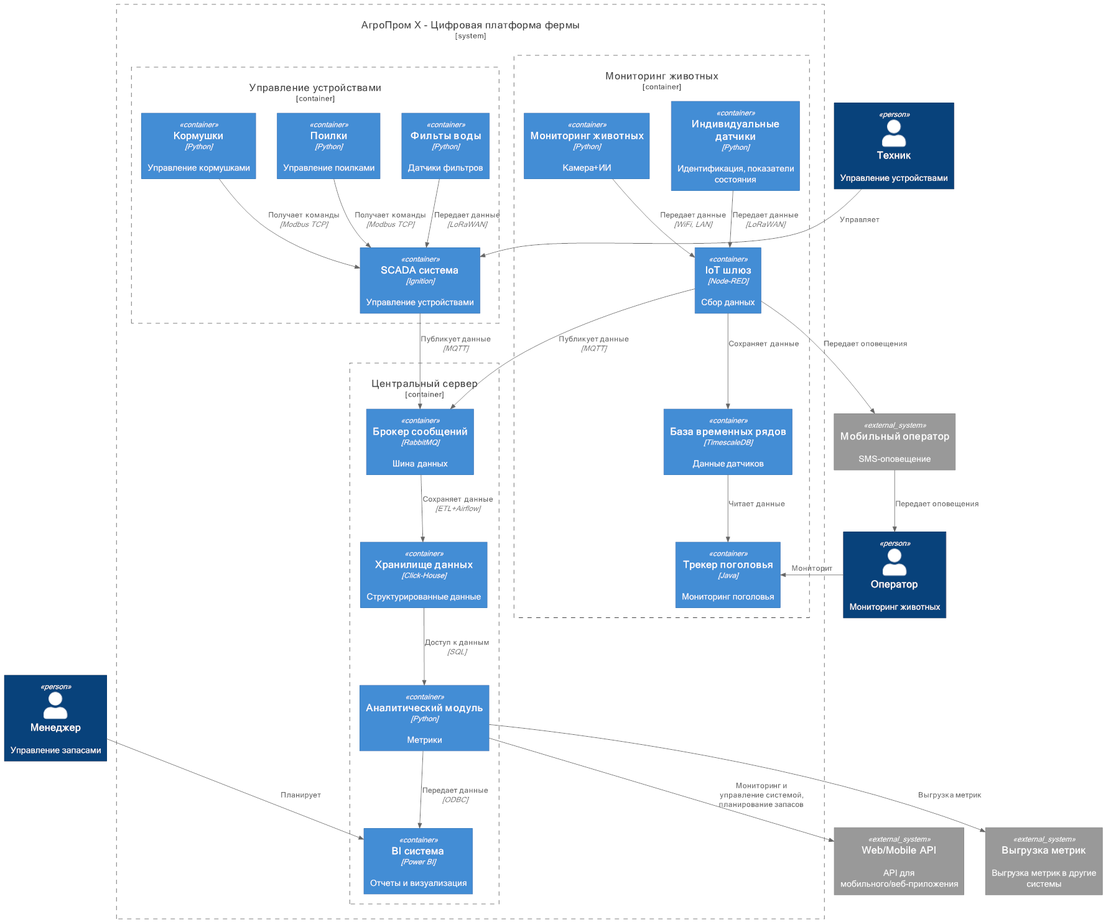
The PlantUML diagram Task2/С2_Диаграмма_контейнеров_v1.png in sgbhub/MSA-AgroTech, before a commit. Its source is kept beside it as Task2/С2_Диаграмма_контейнеров_v1.puml.
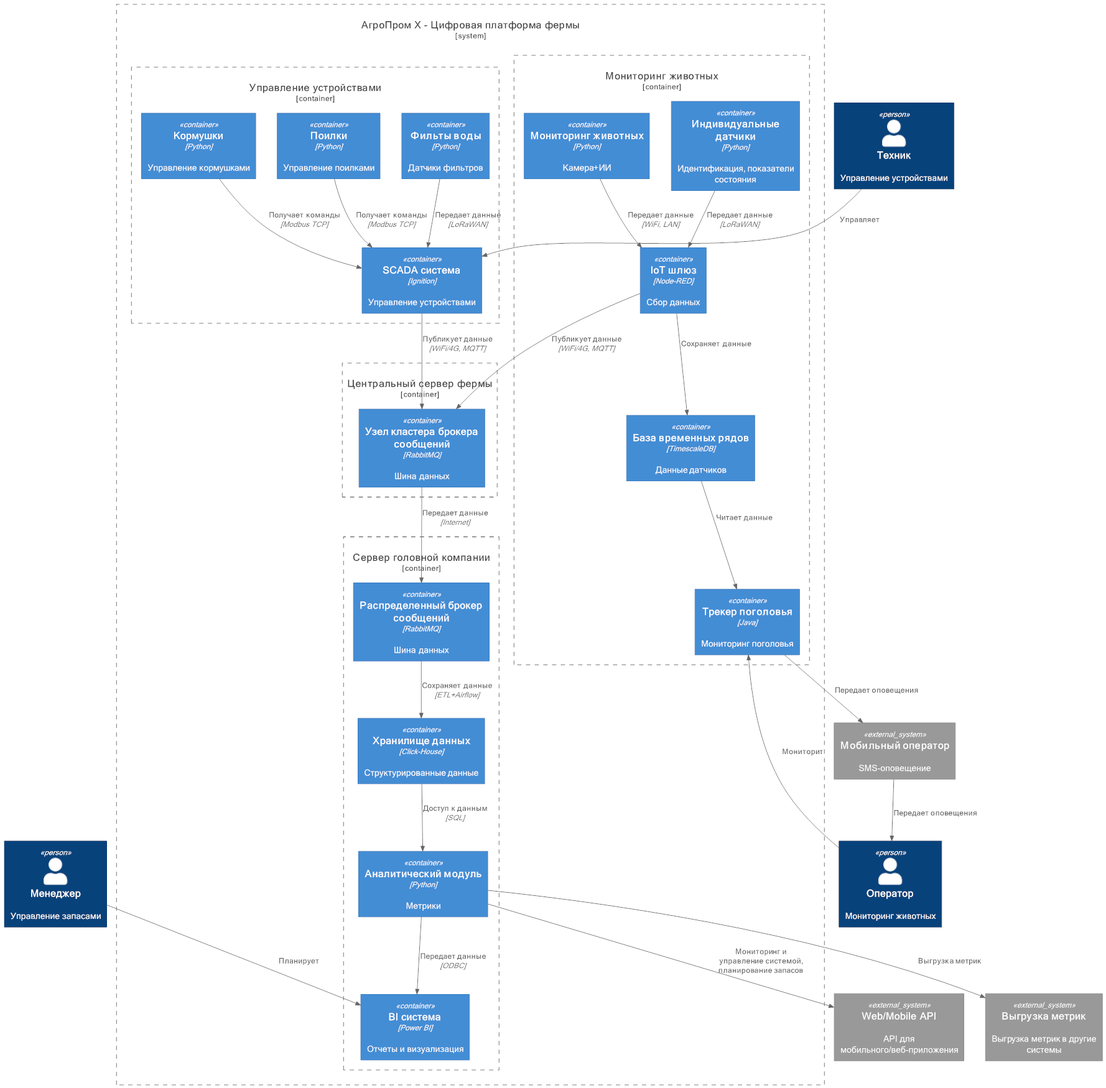
After the change.

Diff of the diagram source:
```diff
@@ -1,4 +1,4 @@
-@startuml Архитектура_АгроТех_Фермы_v1.0
+@startuml Архитектура_АгроТех_Фермы_v1.1
 
 !include ../C4/C4_Container.puml
 
@@ -6,7 +6,7 @@
 Person(техник, "Техник", "Управление устройствами")
 Person(менеджер, "Менеджер", "Управление запасами")
 
-System_Boundary(платформа, "АгроПром Х - Цифровая платформа фермы") {
+System_Boundary(система, "АгроПром Х - Цифровая платформа фермы") {
 	Container_Boundary(устройства, "Управление устройствами") {
         Container(кормушки, "Кормушки", "Python", "Управление кормушками")
         Container(поилки, "Поилки", "Python", "Управление поилками")
@@ -22,9 +22,12 @@
 		Container(мониторинг_поголовья, "Трекер поголовья", "Java", "Мониторинг поголовья")
 	}
 
+	Container_Boundary(сервер, "Центральный сервер фермы") {
+		Container(узел, "Узел кластера брокера сообщений", "RabbitMQ", "Шина данных")
+    }
 
-	Container_Boundary(сервер, "Центральный сервер") {
-		Container(брокер, "Брокер сообщений", "RabbitMQ", "Шина данных")
+	Container_Boundary(платформа, "Сервер головной компании") {
+		Container(брокер, "Распределенный брокер сообщений", "RabbitMQ", "Шина данных")
 		Container(хранилище, "Хранилище данных", "Click-House", "Структурированные данные")
 		Container(метрики, "Аналитический модуль", "Python", "Метрики")
 		Container(bi, "BI система", "Power BI", "Отчеты и визуализация")
@@ -48,10 +51,11 @@
 Rel(поилки, scada, "Получает команды", "Modbus TCP")
 Rel(фильтры, scada, "Передает данные", "LoRaWAN")
 
-Rel(iot_шлюз, брокер, "Публикует данные", "MQTT")
-Rel(scada, брокер, "Публикует данные", "MQTT")
+Rel(iot_шлюз, узел, "Публикует данные", "WiFi/4G, MQTT")
+Rel(scada, узел, "Публикует данные", "WiFi/4G, MQTT")
+Rel(узел, брокер, "Передает данные", "Internet" )
 
-Rel(iot_шлюз, опсос, "Передает оповещения")
+Rel(мониторинг_поголовья, опсос, "Передает оповещения")
 Rel(опсос, оператор, "Передает оповещения")
 
 Rel(брокер, хранилище, "Сохраняет данные", "ETL+Airflow")
```
